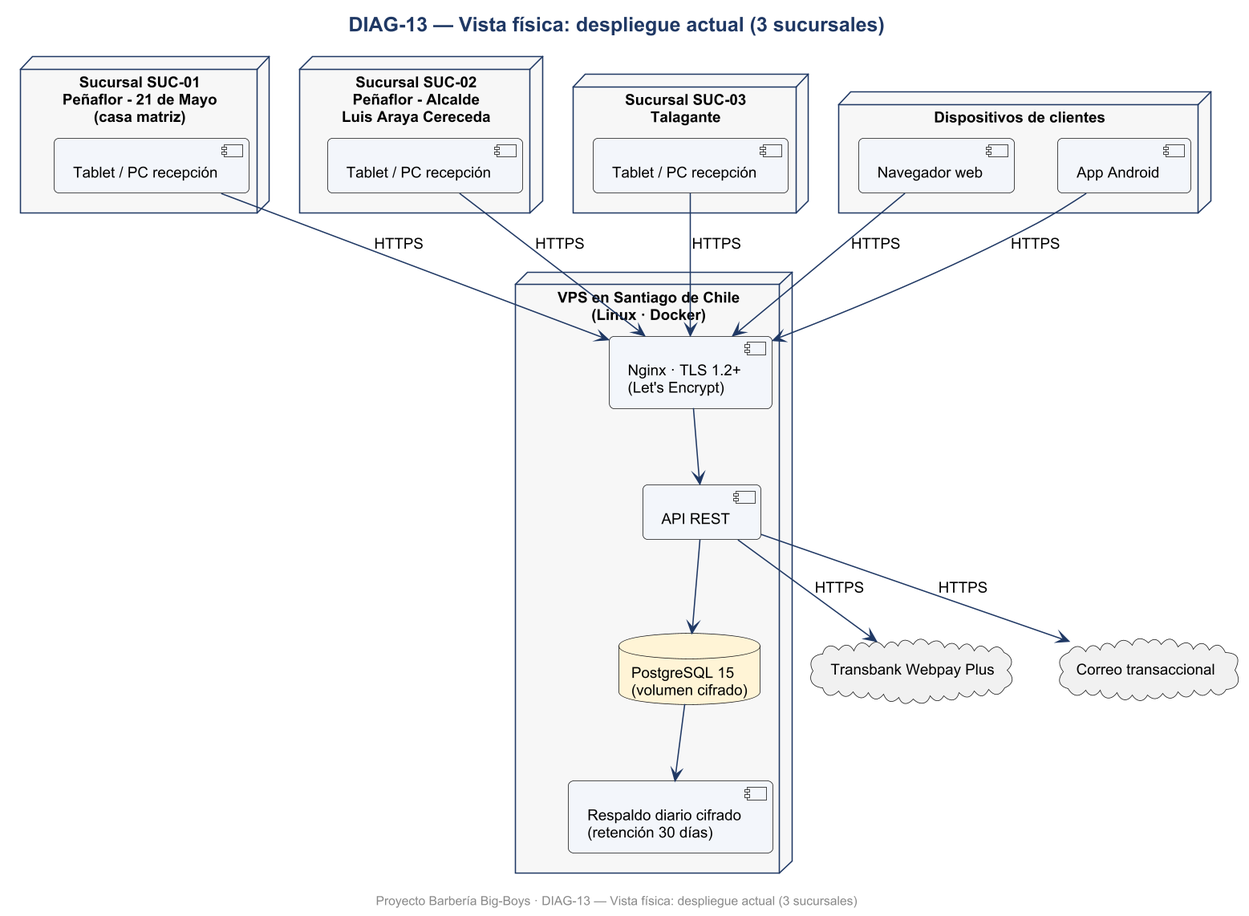
Before: Fase 2/Evidencias Proyecto/Evidencias de documentación/Diagramas/png/DIAG-13_Vista_fisica_despliegue_actual_3_sucursales.png, a diagram exported from PlantUML (Yerko-Rosales/Proyecto_Barberia).
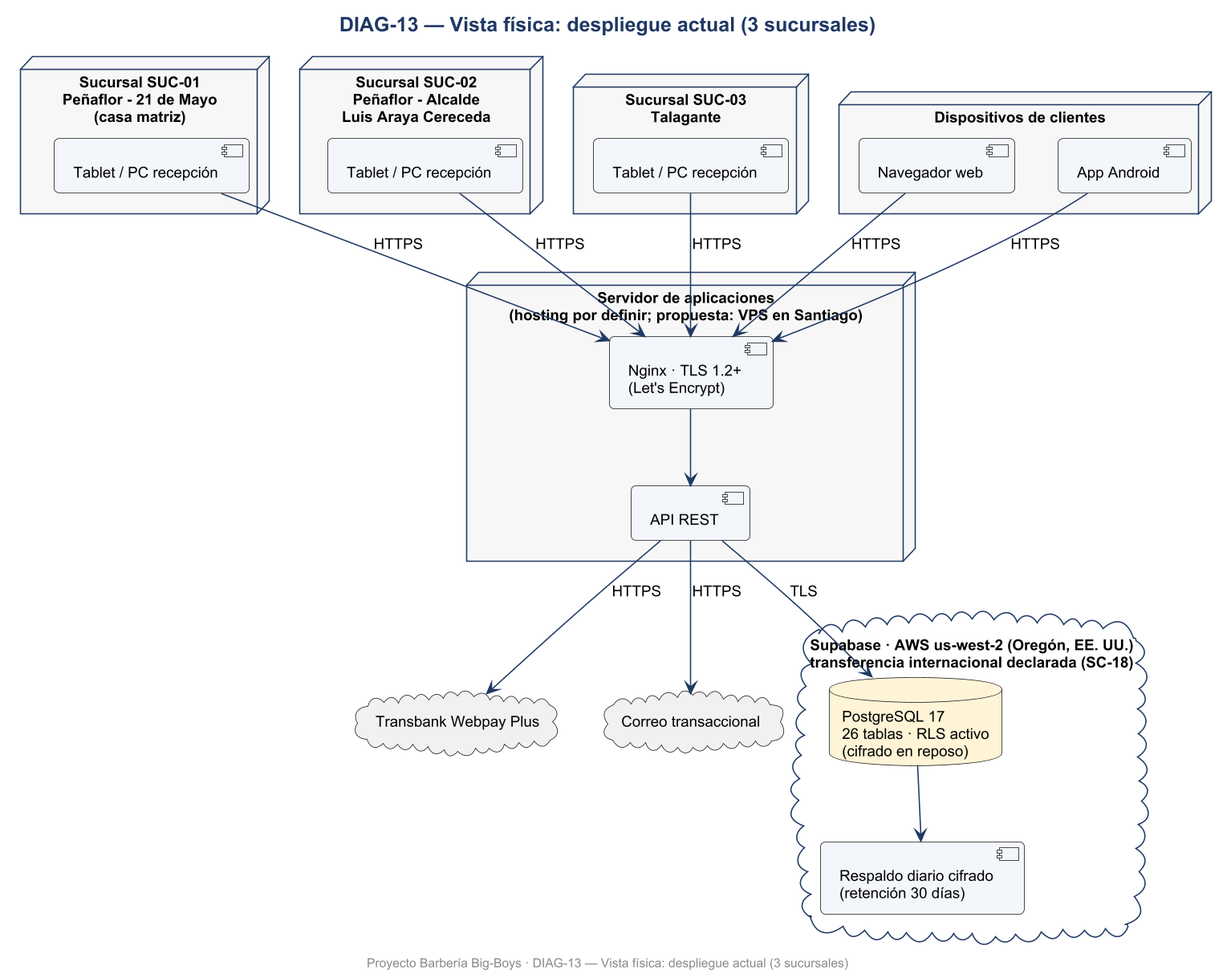
After the commit.

Change to the diagram source:
```diff
@@ -47,10 +47,12 @@
   [Navegador web] as NAV
   [App Android] as AND
 }
-node "VPS en Santiago de Chile\n(Linux · Docker)" as VPS {
+node "Servidor de aplicaciones\n(hosting por definir; propuesta: VPS en Santiago)" as APP {
   [Nginx · TLS 1.2+\n(Let's Encrypt)] as NG
   [API REST] as API
-  database "PostgreSQL 15\n(volumen cifrado)" as PG
+}
+cloud "Supabase · AWS us-west-2 (Oregón, EE. UU.)\ntransferencia internacional declarada (SC-18)" as SB {
+  database "PostgreSQL 17\n26 tablas · RLS activo\n(cifrado en reposo)" as PG
   [Respaldo diario cifrado\n(retención 30 días)] as BK
 }
 cloud "Transbank Webpay Plus" as WP
@@ -61,7 +63,7 @@
 NAV --> NG : HTTPS
 AND --> NG : HTTPS
 NG --> API
-API --> PG
+API --> PG : TLS
 PG --> BK
 API --> WP : HTTPS
 API --> ML : HTTPS
```
